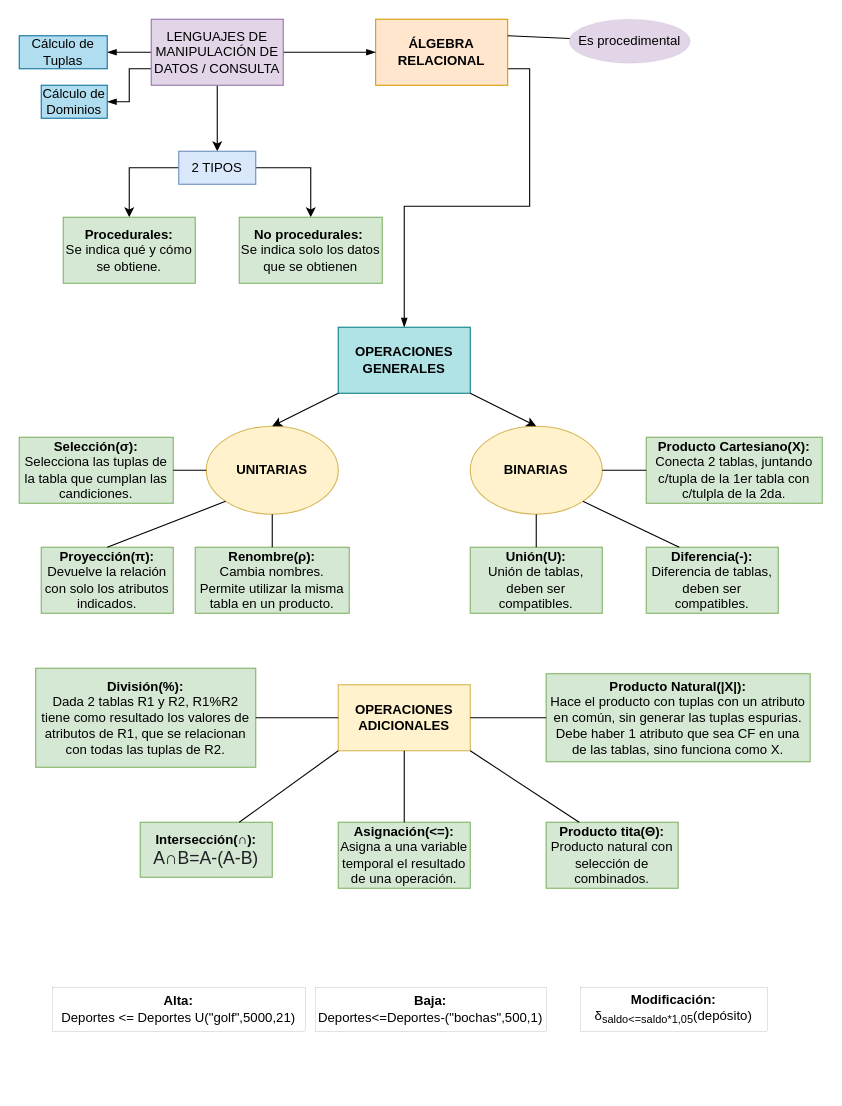
Above: page "AR" (7 of 8) of Diagrama-resumen.drawio in senras/DBD (draw.io), before the change. Source tidied: cells renumbered, new cells numbered last; positions are measured from the earlier drawing's top-left corner, leaving out a move shared by most shapes. Both pictures are drawn from the tidied source at 110%, with x=0, y=0 at pixel (19, 19).
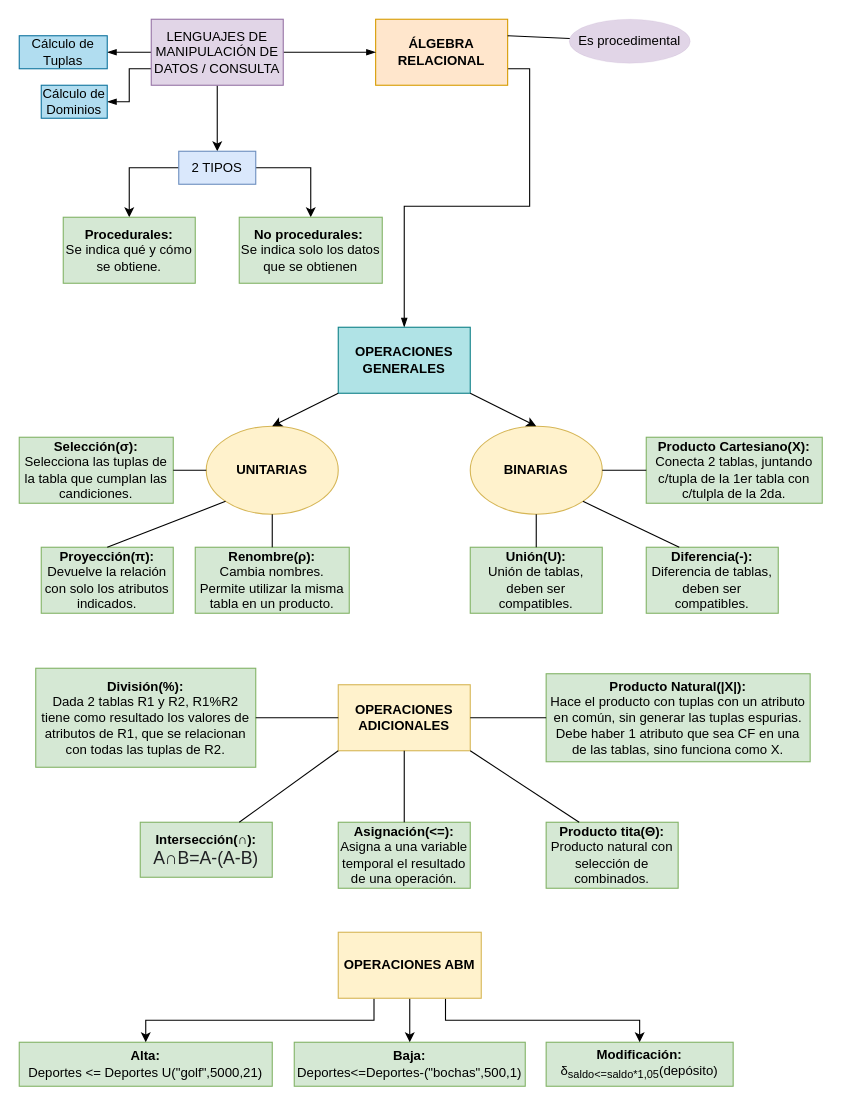
After the change.

The edit, as a diff of the source:
```diff
@@
-    <mxCell id="33" value="&lt;b&gt;Alta:&lt;/b&gt;&lt;br&gt;Deportes &amp;lt;= Deportes U(&quot;golf&quot;,5000,21)" style="rounded=0;whiteSpace=wrap;html=1;strokeWidth=0;" parent="1" vertex="1">
-      <mxGeometry x="30" y="880" width="230" height="40" as="geometry" />
+    <mxCell id="33" value="&lt;b&gt;Alta:&lt;/b&gt;&lt;br&gt;Deportes &amp;lt;= Deportes U(&quot;golf&quot;,5000,21)" style="rounded=0;whiteSpace=wrap;html=1;strokeWidth=1;fillColor=#d5e8d4;strokeColor=#82b366;" parent="1" vertex="1">
+      <mxGeometry y="930" width="230" height="40" as="geometry" />
     </mxCell>
-    <mxCell id="34" value="&lt;b&gt;Baja:&lt;/b&gt;&lt;br&gt;Deportes&amp;lt;=Deportes-(&quot;bochas&quot;,500,1)" style="rounded=0;whiteSpace=wrap;html=1;strokeWidth=0;" parent="1" vertex="1">
-      <mxGeometry x="269" y="880" width="210" height="40" as="geometry" />
+    <mxCell id="34" value="&lt;b&gt;Baja:&lt;/b&gt;&lt;br&gt;Deportes&amp;lt;=Deportes-(&quot;bochas&quot;,500,1)" style="rounded=0;whiteSpace=wrap;html=1;strokeWidth=1;fillColor=#d5e8d4;strokeColor=#82b366;" parent="1" vertex="1">
+      <mxGeometry x="250" y="930" width="210" height="40" as="geometry" />
     </mxCell>
-    <mxCell id="35" value="&lt;b&gt;Modificación:&lt;br&gt;&lt;/b&gt;δ&lt;sub&gt;saldo&amp;lt;=saldo*1,05&lt;/sub&gt;(depósito)" style="rounded=0;whiteSpace=wrap;html=1;strokeWidth=0;" parent="1" vertex="1">
-      <mxGeometry x="510" y="880" width="170" height="40" as="geometry" />
+    <mxCell id="35" value="&lt;b&gt;Modificación:&lt;br&gt;&lt;/b&gt;δ&lt;sub&gt;saldo&amp;lt;=saldo*1,05&lt;/sub&gt;(depósito)" style="rounded=0;whiteSpace=wrap;html=1;strokeWidth=1;fillColor=#d5e8d4;strokeColor=#82b366;" parent="1" vertex="1">
+      <mxGeometry x="479" y="930" width="170" height="40" as="geometry" />
     </mxCell>
@@
+    <mxCell id="49" style="edgeStyle=orthogonalEdgeStyle;rounded=0;jettySize=auto;html=1;exitX=0.25;exitY=1;exitDx=0;exitDy=0;" parent="1" edge="1" source="52" target="33">
+      <mxGeometry relative="1" as="geometry" />
+    </mxCell>
+    <mxCell id="50" style="edgeStyle=orthogonalEdgeStyle;rounded=0;jettySize=auto;html=1;exitX=0.5;exitY=1;exitDx=0;exitDy=0;" parent="1" edge="1" source="52" target="34">
+      <mxGeometry relative="1" as="geometry" />
+    </mxCell>
+    <mxCell id="51" style="edgeStyle=orthogonalEdgeStyle;rounded=0;jettySize=auto;html=1;exitX=0.75;exitY=1;exitDx=0;exitDy=0;" parent="1" edge="1" source="52" target="35">
+      <mxGeometry relative="1" as="geometry" />
+    </mxCell>
+    <mxCell id="52" value="OPERACIONES ABM" style="rounded=0;whiteSpace=wrap;html=1;fillColor=#fff2cc;strokeColor=#d6b656;fontStyle=1;" parent="1" vertex="1">
+      <mxGeometry x="290" y="830" width="130" height="60" as="geometry" />
+    </mxCell>
```
